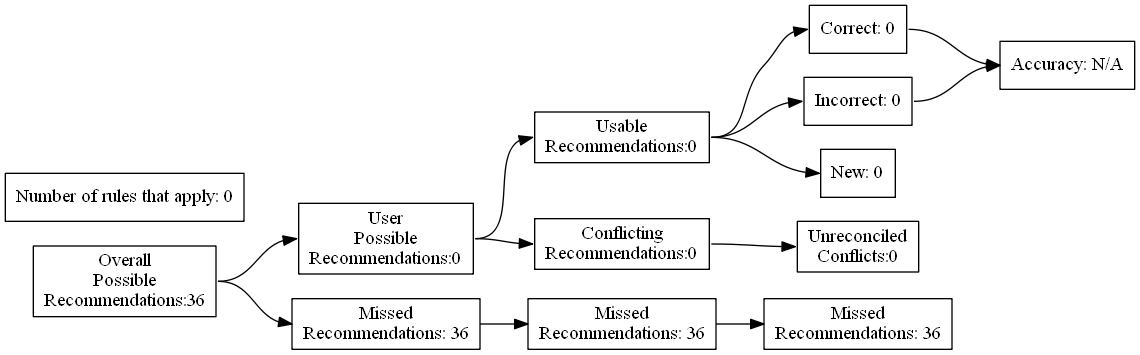
Above: test_renders/47.gv.png in ZaxR/ibd_diet_analysis (Graphviz), before the change. Its source is kept beside it as test_renders/47.gv.
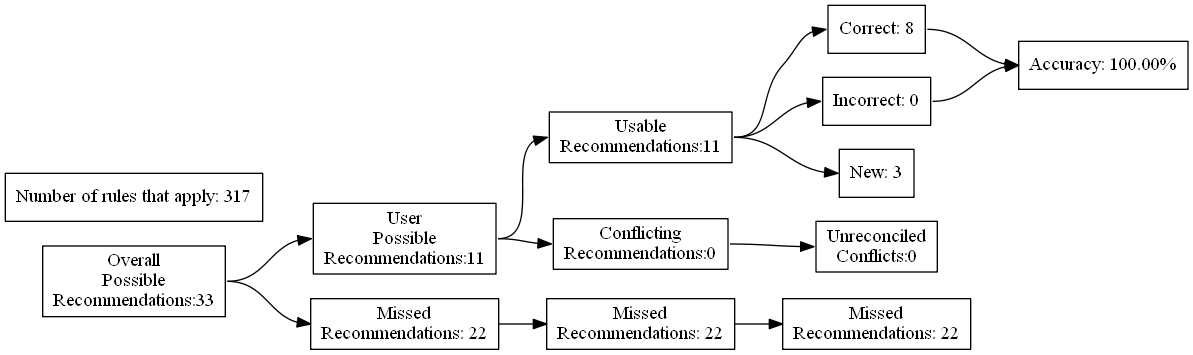
After the commit.

The edit, as a diff of the source:
```diff
@@ -4,27 +4,27 @@
 	edge [headport=w tailport=e]
 		A [label="Overall
 Possible
-Recommendations:36"]
+Recommendations:33"]
 		B [label="User
 Possible
-Recommendations:0"]
+Recommendations:11"]
 		C [label="Missed
-Recommendations: 36"]
+Recommendations: 22"]
 		D [label="Usable
-Recommendations:0"]
+Recommendations:11"]
 		E [label="Conflicting
 Recommendations:0"]
 		J [label="Missed
-Recommendations: 36"]
+Recommendations: 22"]
 		M [label="Unreconciled
 Conflicts:0"]
-		F [label="Correct: 0"]
+		F [label="Correct: 8"]
 		G [label="Incorrect: 0"]
-		H [label="New: 0"]
+		H [label="New: 3"]
 		K [label="Missed
-Recommendations: 36"]
-		I [label="Accuracy: N/A"]
-		l [label="Number of rules that apply: 0"]
+Recommendations: 22"]
+		I [label="Accuracy: 100.00%"]
+		l [label="Number of rules that apply: 317"]
 			A -> B
 			A -> C
 			B -> D
```
